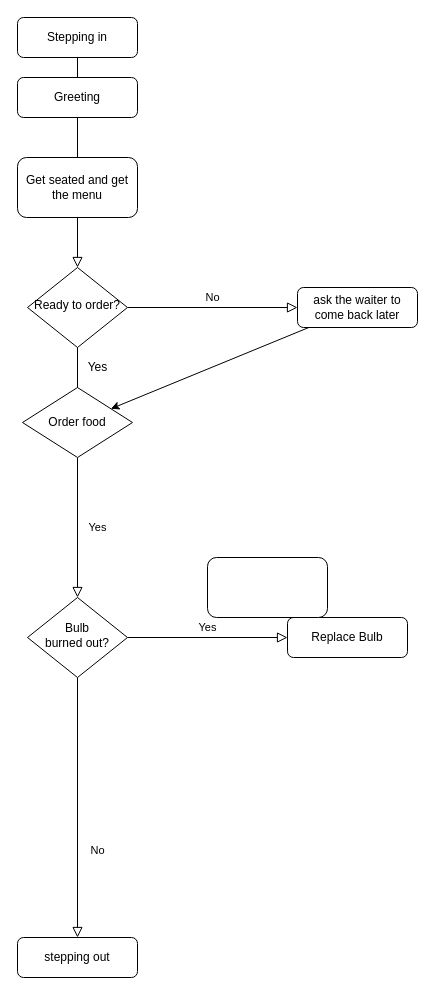
Before: Untitled Diagram.drawio in gebeke/onboarding, a draw.io diagram. Source tidied: cells renumbered, new cells numbered last; positions are measured from the earlier drawing's top-left corner, leaving out a move shared by most shapes. Both pictures are drawn from the tidied source at 100%, with x=0, y=0 at pixel (17, 17).
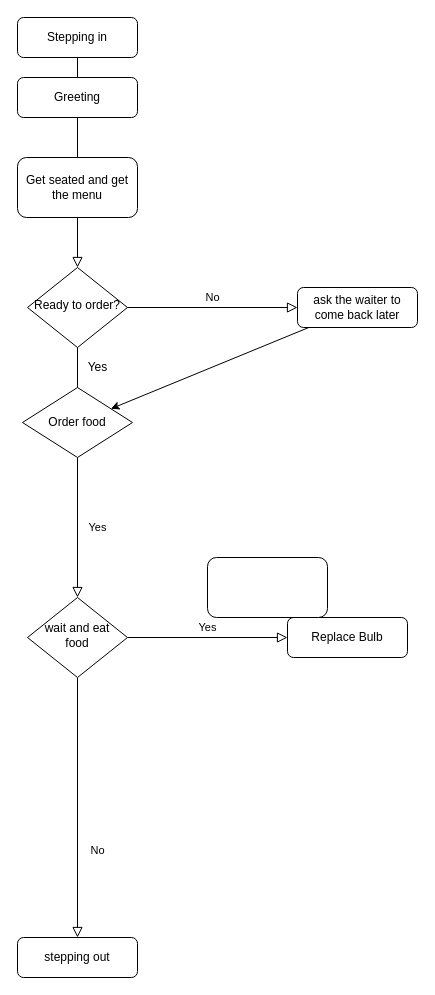
After the change.

What changed in the source:
```diff
@@
-    <mxCell id="11" value="Bulb&lt;br&gt;burned out?" style="rhombus;whiteSpace=wrap;html=1;shadow=0;fontFamily=Helvetica;fontSize=12;align=center;strokeWidth=1;spacing=6;spacingTop=-4;" parent="1" vertex="1">
+    <mxCell id="11" value="wait and eat food" style="rhombus;whiteSpace=wrap;html=1;shadow=0;fontFamily=Helvetica;fontSize=12;align=center;strokeWidth=1;spacing=6;spacingTop=-4;" parent="1" vertex="1">
       <mxGeometry x="10" y="580" width="100" height="80" as="geometry" />
     </mxCell>
```
